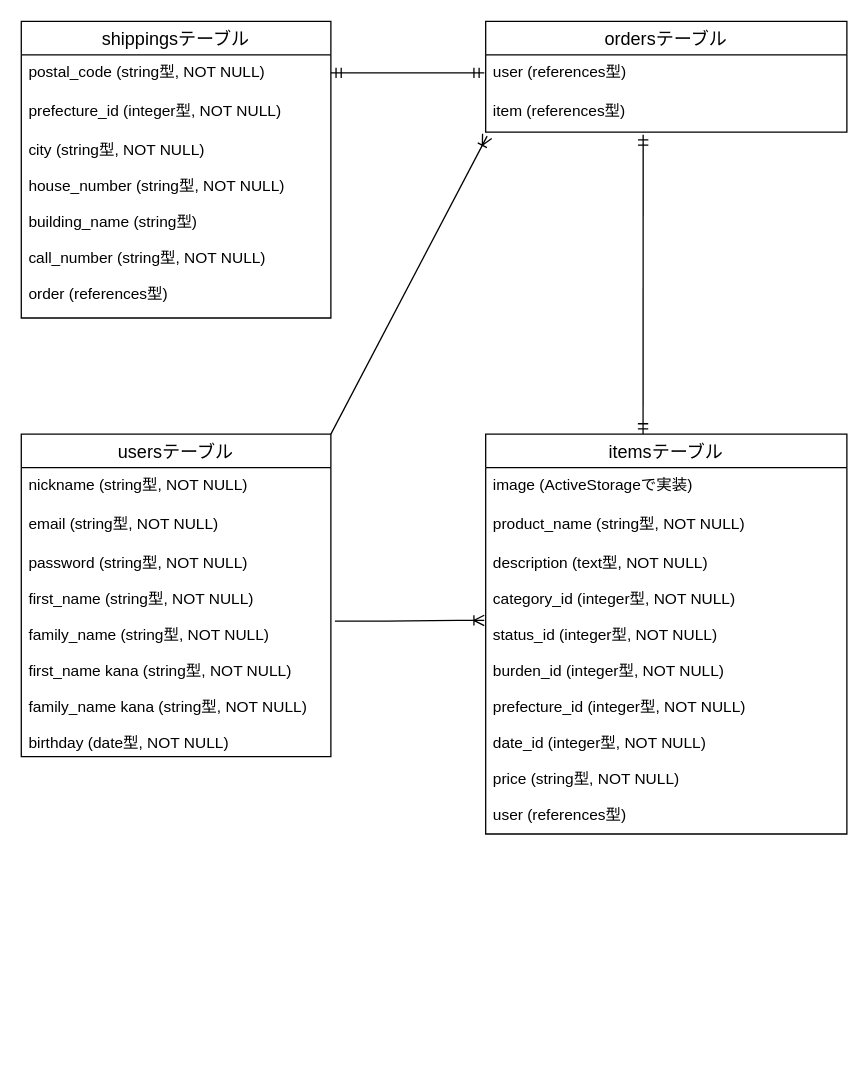
Earlier version of the draw.io diagram test.dio (popo03/furima-35693). Source tidied: cells renumbered, new cells numbered last; positions are measured from the earlier drawing's top-left corner, leaving out a move shared by most shapes. Both pictures are drawn from the tidied source at 129%, with x=0, y=0 at pixel (21, 21).
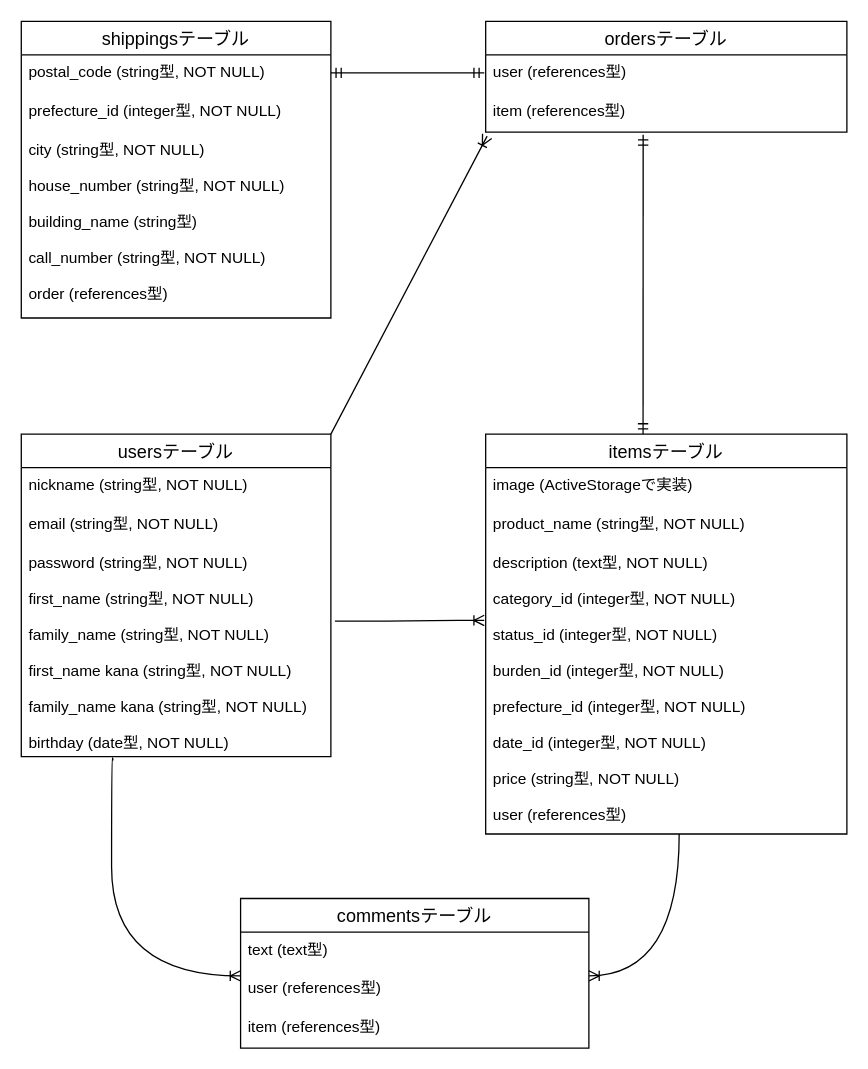
The same page after the edit.

Unchanged cells that the change refers to:
```xml
<mxCell id="5" value="password (string型, NOT NULL)&#10;&#10;first_name (string型, NOT NULL)&#10;&#10;family_name (string型, NOT NULL)&#10;&#10;first_name kana (string型, NOT NULL)&#10;&#10;family_name kana (string型, NOT NULL)&#10;&#10;birthday (date型, NOT NULL)" style="text;strokeColor=none;fillColor=none;spacingLeft=4;spacingRight=4;overflow=hidden;points=[[0,0.5],[1,0.5]];portConstraint=eastwest;fontSize=12;verticalAlign=top;" parent="2" vertex="1">
  <mxGeometry y="86" width="240" height="164" as="geometry" />
</mxCell>
```

The edit, as a diff of the source:
```diff
@@
+    <mxCell id="21" value="commentsテーブル" style="swimlane;fontStyle=0;horizontal=1;startSize=26;align=center;fontSize=14;" parent="1" vertex="1">
+      <mxGeometry x="170" y="680" width="270" height="116" as="geometry" />
+    </mxCell>
+    <mxCell id="22" value="text (text型)" style="text;strokeColor=none;fillColor=none;spacingLeft=4;spacingRight=4;overflow=hidden;fontSize=12;" parent="21" vertex="1">
+      <mxGeometry y="26" width="270" height="30" as="geometry" />
+    </mxCell>
+    <mxCell id="23" value="user (references型)" style="text;strokeColor=none;fillColor=none;spacingLeft=4;spacingRight=4;overflow=hidden;fontSize=12;" parent="21" vertex="1">
+      <mxGeometry y="56" width="270" height="30" as="geometry" />
+    </mxCell>
+    <mxCell id="24" value="item (references型)" style="text;strokeColor=none;fillColor=none;spacingLeft=4;spacingRight=4;overflow=hidden;fontSize=12;" parent="21" vertex="1">
+      <mxGeometry y="86" width="270" height="30" as="geometry" />
+    </mxCell>
+    <mxCell id="25" style="edgeStyle=orthogonalEdgeStyle;fontSize=12;html=1;endArrow=ERoneToMany;curved=1;exitX=0.296;exitY=1.018;exitDx=0;exitDy=0;exitPerimeter=0;" parent="1" edge="1" source="5">
+      <mxGeometry relative="1" as="geometry">
+        <mxPoint x="170" y="740" as="targetPoint" />
+        <Array as="points">
+          <mxPoint x="71" y="571" />
+          <mxPoint x="70" y="571" />
+          <mxPoint x="70" y="740" />
+        </Array>
+      </mxGeometry>
+    </mxCell>
+    <mxCell id="26" style="edgeStyle=orthogonalEdgeStyle;fontSize=12;html=1;endArrow=ERoneToMany;curved=1;" parent="1" edge="1">
+      <mxGeometry relative="1" as="geometry">
+        <mxPoint x="510" y="630" as="sourcePoint" />
+        <mxPoint x="440" y="740" as="targetPoint" />
+        <Array as="points">
+          <mxPoint x="510" y="740" />
+          <mxPoint x="440" y="740" />
+        </Array>
+      </mxGeometry>
+    </mxCell>
```
